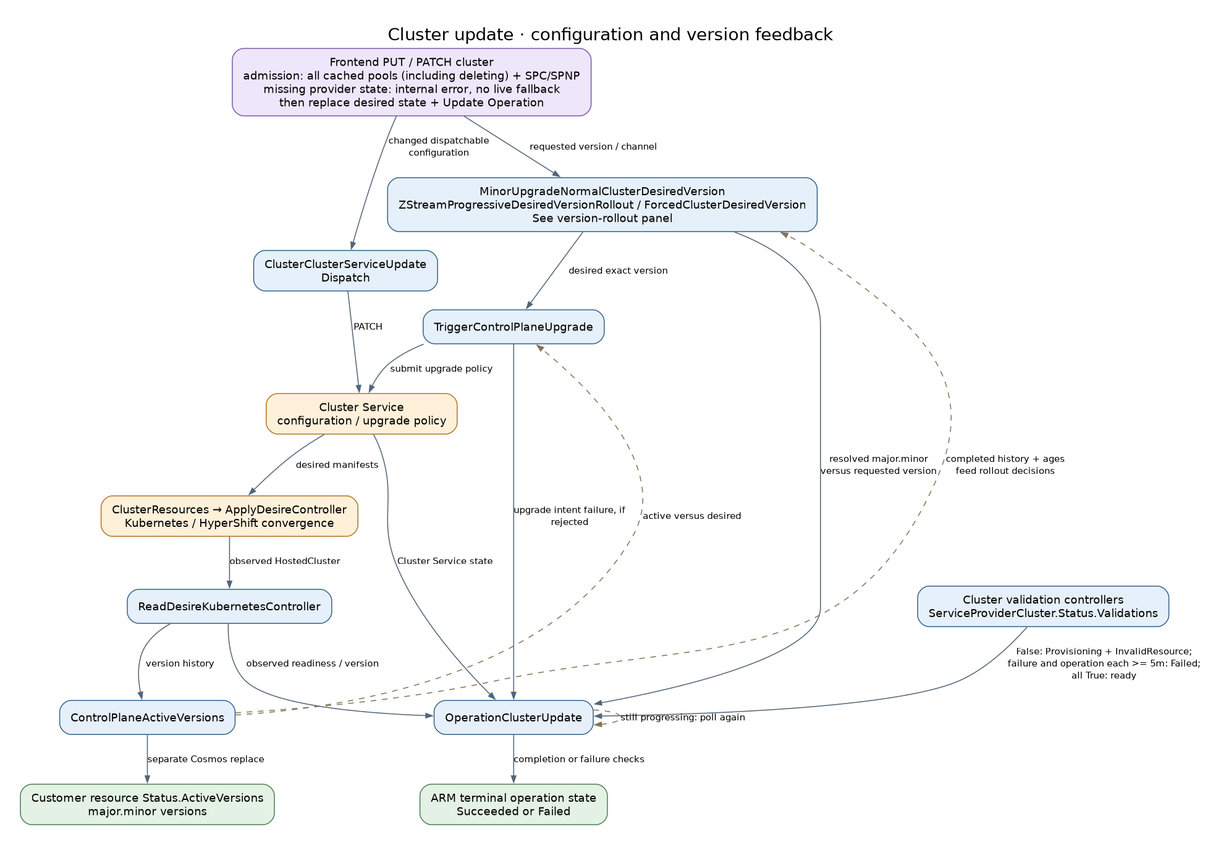
Above: docs/diagrams/controller-flows/cluster-update.png in Azure/ARO-HCP (Graphviz), before the change. Its source is kept beside it as docs/diagrams/controller-flows/cluster-update.dot.
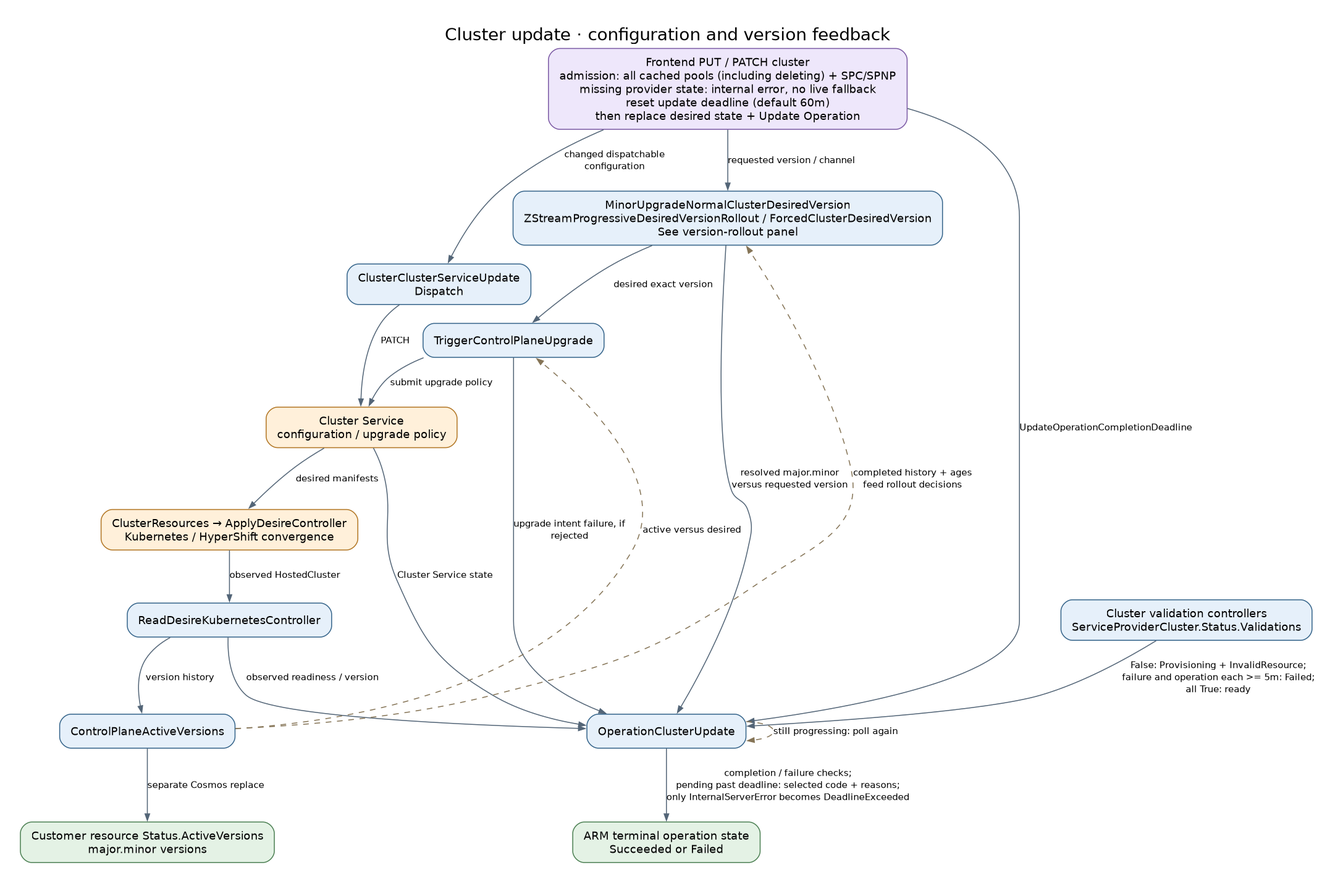
The same file after the commit.

The edit, as a diff of the source:
```diff
@@ -2,7 +2,7 @@
   graph [rankdir=TB, bgcolor="white", pad="0.3", nodesep="0.4", ranksep="0.55", fontname="DejaVu Sans", fontsize=18, labelloc=t, label="Cluster update · configuration and version feedback", dpi=110];
   node [shape=box, style="rounded,filled", fillcolor="#e6f0fa", color="#35648a", fontname="DejaVu Sans", fontsize=12, margin="0.16,0.10"];
   edge [color="#536577", fontname="DejaVu Sans", fontsize=10, arrowsize=0.7];
-  put [label="Frontend PUT / PATCH cluster\nadmission: all cached pools (including deleting) + SPC/SPNP\nmissing provider state: internal error, no live fallback\nthen replace desired state + Update Operation", fillcolor="#eee7fb", color="#7b59a4"];
+  put [label="Frontend PUT / PATCH cluster\nadmission: all cached pools (including deleting) + SPC/SPNP\nmissing provider state: internal error, no live fallback\nreset update deadline (default 60m)\nthen replace desired state + Update Operation", fillcolor="#eee7fb", color="#7b59a4"];
   dispatch [label="ClusterClusterServiceUpdate\nDispatch", fillcolor="#e6f0fa", color="#35648a"];
   desired [label="MinorUpgradeNormalClusterDesiredVersion\nZStreamProgressiveDesiredVersionRollout / ForcedClusterDesiredVersion\nSee version-rollout panel", fillcolor="#e6f0fa", color="#35648a"];
   upgrade [label="TriggerControlPlaneUpgrade", fillcolor="#e6f0fa", color="#35648a"];
@@ -22,11 +22,12 @@
   cs -> kube [label="desired manifests"];
   kube -> mirror [label="observed HostedCluster"];
   mirror -> active [label="version history"];
+  put -> op [label="UpdateOperationCompletionDeadline"];
   cs -> op [label="Cluster Service state"];
   mirror -> op [label="observed readiness / version"];
   upgrade -> op [label="upgrade intent failure, if\nrejected"];
   validation -> op [label="False: Provisioning + InvalidResource;\nfailure and operation each >= 5m: Failed;\nall True: ready"];
-  op -> done [label="completion or failure checks"];
+  op -> done [label="completion / failure checks;\npending past deadline: selected code + reasons;\nonly InternalServerError becomes DeadlineExceeded"];
   observed [label="Customer resource Status.ActiveVersions\nmajor.minor versions", fillcolor="#e4f2e5", color="#4c8053"];
   active -> observed [label="separate Cosmos replace"];
   active -> upgrade [label="active versus desired", style=dashed, color="#857456", constraint=false];
```
